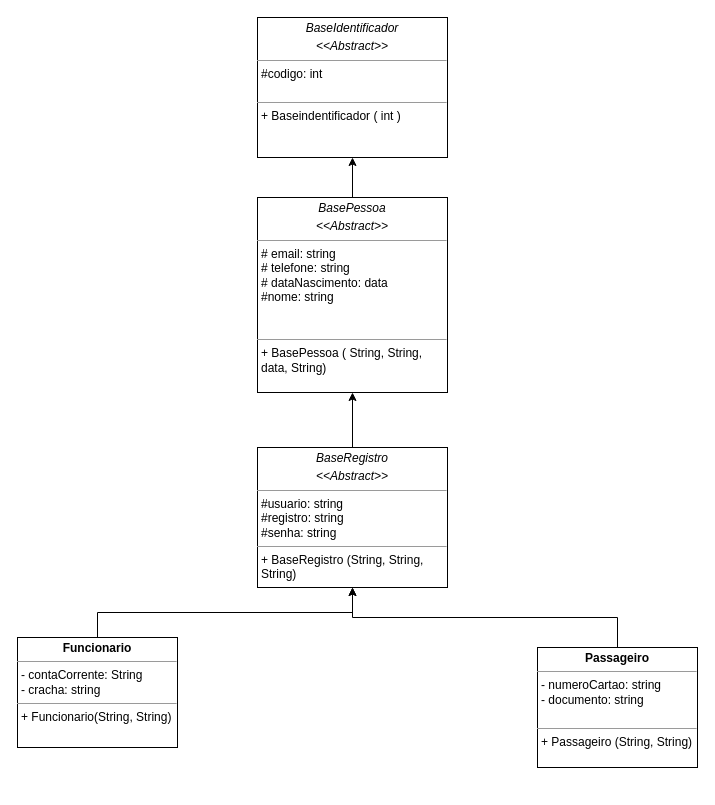
The draw.io diagram Diagrama sem nome.drawio in ros1rafael/ATIVIDADE_04, before the edit. Source tidied: cells renumbered, new cells numbered last; positions are measured from the earlier drawing's top-left corner, leaving out a move shared by most shapes. Both pictures are drawn from the tidied source at 100%, with x=0, y=0 at pixel (17, 17).
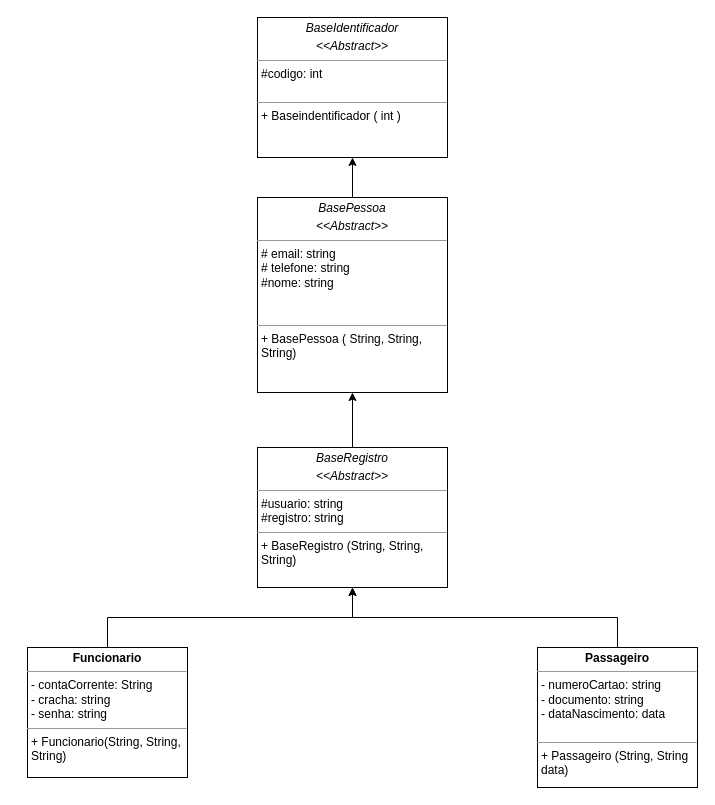
The same page after the edit.

What changed in the source:
```diff
@@
 <mxGraphModel>
   <root>
     <mxCell id="0" />
     <mxCell id="1" parent="0" />
     <mxCell id="2" style="edgeStyle=orthogonalEdgeStyle;rounded=0;jettySize=auto;html=1;exitX=0.5;exitY=0;exitDx=0;exitDy=0;" parent="1" edge="1" source="3" target="8">
       <mxGeometry relative="1" as="geometry" />
     </mxCell>
-    <mxCell id="3" value="&lt;p style=&quot;margin:0px;margin-top:4px;text-align:center;&quot;&gt;&lt;i&gt;BasePessoa&lt;/i&gt;&lt;/p&gt;&lt;p style=&quot;margin:0px;margin-top:4px;text-align:center;&quot;&gt;&lt;i&gt;&amp;lt;&amp;lt;Abstract&amp;gt;&amp;gt;&lt;/i&gt;&lt;/p&gt;&lt;hr size=&quot;1&quot;&gt;&lt;p style=&quot;margin:0px;margin-left:4px;&quot;&gt;# email: string&lt;br&gt;&lt;/p&gt;&lt;p style=&quot;margin:0px;margin-left:4px;&quot;&gt;# telefone: string&lt;/p&gt;&lt;p style=&quot;margin:0px;margin-left:4px;&quot;&gt;# dataNascimento: data&lt;/p&gt;&lt;p style=&quot;margin:0px;margin-left:4px;&quot;&gt;#nome: string&lt;br&gt;&lt;/p&gt;&lt;p style=&quot;margin:0px;margin-left:4px;&quot;&gt;&lt;br&gt;&lt;/p&gt;&lt;p style=&quot;margin:0px;margin-left:4px;&quot;&gt;&lt;br&gt;&lt;/p&gt;&lt;hr size=&quot;1&quot;&gt;&lt;p style=&quot;margin:0px;margin-left:4px;&quot;&gt;+ BasePessoa ( String, String, data, String)&lt;br&gt;&lt;/p&gt;" style="verticalAlign=top;align=left;overflow=fill;fontSize=12;fontFamily=Helvetica;html=1;whiteSpace=wrap;" parent="1" vertex="1">
+    <mxCell id="3" value="&lt;p style=&quot;margin:0px;margin-top:4px;text-align:center;&quot;&gt;&lt;i&gt;BasePessoa&lt;/i&gt;&lt;/p&gt;&lt;p style=&quot;margin:0px;margin-top:4px;text-align:center;&quot;&gt;&lt;i&gt;&amp;lt;&amp;lt;Abstract&amp;gt;&amp;gt;&lt;/i&gt;&lt;/p&gt;&lt;hr size=&quot;1&quot;&gt;&lt;p style=&quot;margin:0px;margin-left:4px;&quot;&gt;# email: string&lt;br&gt;&lt;/p&gt;&lt;p style=&quot;margin:0px;margin-left:4px;&quot;&gt;# telefone: string&lt;/p&gt;&lt;p style=&quot;margin:0px;margin-left:4px;&quot;&gt;#nome: string&lt;br&gt;&lt;/p&gt;&lt;p style=&quot;margin:0px;margin-left:4px;&quot;&gt;&lt;br&gt;&lt;/p&gt;&lt;p style=&quot;margin:0px;margin-left:4px;&quot;&gt;&lt;br&gt;&lt;/p&gt;&lt;hr size=&quot;1&quot;&gt;&lt;p style=&quot;margin:0px;margin-left:4px;&quot;&gt;+ BasePessoa ( String, String, String)&lt;br&gt;&lt;/p&gt;" style="verticalAlign=top;align=left;overflow=fill;fontSize=12;fontFamily=Helvetica;html=1;whiteSpace=wrap;" parent="1" vertex="1">
       <mxGeometry x="240" y="180" width="190" height="195" as="geometry" />
     </mxCell>
     <mxCell id="4" style="edgeStyle=orthogonalEdgeStyle;rounded=0;jettySize=auto;html=1;exitX=0.5;exitY=0;exitDx=0;exitDy=0;entryX=0.5;entryY=1;entryDx=0;entryDy=0;" parent="1" edge="1" source="5" target="10">
       <mxGeometry relative="1" as="geometry" />
     </mxCell>
-    <mxCell id="5" value="&lt;p style=&quot;margin:0px;margin-top:4px;text-align:center;&quot;&gt;&lt;b&gt;Passageiro&lt;/b&gt;&lt;/p&gt;&lt;hr size=&quot;1&quot;&gt;&lt;p style=&quot;margin:0px;margin-left:4px;&quot;&gt;- numeroCartao: string&lt;/p&gt;&lt;p style=&quot;margin:0px;margin-left:4px;&quot;&gt;- documento: string&lt;/p&gt;&lt;p style=&quot;margin:0px;margin-left:4px;&quot;&gt;&lt;br&gt;&lt;/p&gt;&lt;hr size=&quot;1&quot;&gt;&lt;p style=&quot;margin:0px;margin-left:4px;&quot;&gt;+ Passageiro (String, String)&lt;/p&gt;" style="verticalAlign=top;align=left;overflow=fill;fontSize=12;fontFamily=Helvetica;html=1;whiteSpace=wrap;" parent="1" vertex="1">
-      <mxGeometry x="520" y="630" width="160" height="120" as="geometry" />
+    <mxCell id="5" value="&lt;p style=&quot;margin:0px;margin-top:4px;text-align:center;&quot;&gt;&lt;b&gt;Passageiro&lt;/b&gt;&lt;/p&gt;&lt;hr size=&quot;1&quot;&gt;&lt;p style=&quot;margin:0px;margin-left:4px;&quot;&gt;- numeroCartao: string&lt;/p&gt;&lt;p style=&quot;margin:0px;margin-left:4px;&quot;&gt;- documento: string&lt;/p&gt;&lt;p style=&quot;margin:0px;margin-left:4px;&quot;&gt;- dataNascimento: data&lt;br&gt;&lt;/p&gt;&lt;p style=&quot;margin:0px;margin-left:4px;&quot;&gt;&lt;br&gt;&lt;/p&gt;&lt;hr size=&quot;1&quot;&gt;&lt;p style=&quot;margin:0px;margin-left:4px;&quot;&gt;+ Passageiro (String, String data)&lt;/p&gt;" style="verticalAlign=top;align=left;overflow=fill;fontSize=12;fontFamily=Helvetica;html=1;whiteSpace=wrap;" parent="1" vertex="1">
+      <mxGeometry x="520" y="630" width="160" height="140" as="geometry" />
     </mxCell>
     <mxCell id="6" style="edgeStyle=orthogonalEdgeStyle;rounded=0;jettySize=auto;html=1;exitX=0.5;exitY=0;exitDx=0;exitDy=0;entryX=0.5;entryY=1;entryDx=0;entryDy=0;" parent="1" edge="1" source="7" target="10">
       <mxGeometry relative="1" as="geometry" />
     </mxCell>
-    <mxCell id="7" value="&lt;p style=&quot;margin:0px;margin-top:4px;text-align:center;&quot;&gt;&lt;b&gt;Funcionario&lt;/b&gt;&lt;/p&gt;&lt;hr size=&quot;1&quot;&gt;&lt;p style=&quot;margin:0px;margin-left:4px;&quot;&gt;- contaCorrente: String&lt;/p&gt;&lt;p style=&quot;margin:0px;margin-left:4px;&quot;&gt;- cracha: string&lt;/p&gt;&lt;hr size=&quot;1&quot;&gt;&lt;p style=&quot;margin:0px;margin-left:4px;&quot;&gt;+ Funcionario(String, String)&lt;/p&gt;" style="verticalAlign=top;align=left;overflow=fill;fontSize=12;fontFamily=Helvetica;html=1;whiteSpace=wrap;" parent="1" vertex="1">
-      <mxGeometry y="620" width="160" height="110" as="geometry" />
+    <mxCell id="7" value="&lt;p style=&quot;margin:0px;margin-top:4px;text-align:center;&quot;&gt;&lt;b&gt;Funcionario&lt;/b&gt;&lt;/p&gt;&lt;hr size=&quot;1&quot;&gt;&lt;p style=&quot;margin:0px;margin-left:4px;&quot;&gt;- contaCorrente: String&lt;/p&gt;&lt;p style=&quot;margin:0px;margin-left:4px;&quot;&gt;- cracha: string&lt;/p&gt;&lt;p style=&quot;margin:0px;margin-left:4px;&quot;&gt;- senha: string&lt;br&gt;&lt;/p&gt;&lt;hr size=&quot;1&quot;&gt;&lt;p style=&quot;margin:0px;margin-left:4px;&quot;&gt;+ Funcionario(String, String, String)&lt;/p&gt;" style="verticalAlign=top;align=left;overflow=fill;fontSize=12;fontFamily=Helvetica;html=1;whiteSpace=wrap;" parent="1" vertex="1">
+      <mxGeometry x="10" y="630" width="160" height="130" as="geometry" />
     </mxCell>
     <mxCell id="8" value="&lt;p style=&quot;margin:0px;margin-top:4px;text-align:center;&quot;&gt;&lt;i&gt;BaseIdentificador&lt;/i&gt;&lt;/p&gt;&lt;p style=&quot;margin:0px;margin-top:4px;text-align:center;&quot;&gt;&lt;i&gt;&amp;lt;&amp;lt;Abstract&amp;gt;&amp;gt;&lt;/i&gt;&lt;br&gt;&lt;/p&gt;&lt;hr size=&quot;1&quot;&gt;&lt;p style=&quot;margin:0px;margin-left:4px;&quot;&gt;#codigo: int&lt;br&gt;&lt;br&gt;&lt;/p&gt;&lt;hr size=&quot;1&quot;&gt;&lt;p style=&quot;margin:0px;margin-left:4px;&quot;&gt;+ Baseindentificador ( int )&lt;br&gt;&lt;br&gt;&lt;/p&gt;" style="verticalAlign=top;align=left;overflow=fill;fontSize=12;fontFamily=Helvetica;html=1;whiteSpace=wrap;" parent="1" vertex="1">
       <mxGeometry x="240" width="190" height="140" as="geometry" />
     </mxCell>
     <mxCell id="9" style="edgeStyle=orthogonalEdgeStyle;rounded=0;jettySize=auto;html=1;exitX=0.5;exitY=0;exitDx=0;exitDy=0;entryX=0.5;entryY=1;entryDx=0;entryDy=0;" parent="1" edge="1" source="10" target="3">
       <mxGeometry relative="1" as="geometry" />
     </mxCell>
-    <mxCell id="10" value="&lt;p style=&quot;margin:0px;margin-top:4px;text-align:center;&quot;&gt;&lt;i&gt;BaseRegistro&lt;/i&gt;&lt;/p&gt;&lt;p style=&quot;margin:0px;margin-top:4px;text-align:center;&quot;&gt;&lt;i&gt;&amp;lt;&amp;lt;Abstract&amp;gt;&amp;gt;&lt;/i&gt;&lt;/p&gt;&lt;hr size=&quot;1&quot;&gt;&lt;p style=&quot;margin:0px;margin-left:4px;&quot;&gt;#usuario: string&lt;/p&gt;&lt;p style=&quot;margin:0px;margin-left:4px;&quot;&gt;#registro: string&lt;/p&gt;&lt;p style=&quot;margin:0px;margin-left:4px;&quot;&gt;#senha: string&lt;/p&gt;&lt;hr size=&quot;1&quot;&gt;&lt;p style=&quot;margin:0px;margin-left:4px;&quot;&gt;+ BaseRegistro (String, String, String)&lt;br&gt;&lt;/p&gt;" style="verticalAlign=top;align=left;overflow=fill;fontSize=12;fontFamily=Helvetica;html=1;whiteSpace=wrap;" parent="1" vertex="1">
+    <mxCell id="10" value="&lt;p style=&quot;margin:0px;margin-top:4px;text-align:center;&quot;&gt;&lt;i&gt;BaseRegistro&lt;/i&gt;&lt;/p&gt;&lt;p style=&quot;margin:0px;margin-top:4px;text-align:center;&quot;&gt;&lt;i&gt;&amp;lt;&amp;lt;Abstract&amp;gt;&amp;gt;&lt;/i&gt;&lt;/p&gt;&lt;hr size=&quot;1&quot;&gt;&lt;p style=&quot;margin:0px;margin-left:4px;&quot;&gt;#usuario: string&lt;/p&gt;&lt;p style=&quot;margin:0px;margin-left:4px;&quot;&gt;#registro: string&lt;/p&gt;&lt;hr size=&quot;1&quot;&gt;&lt;p style=&quot;margin:0px;margin-left:4px;&quot;&gt;+ BaseRegistro (String, String, String)&lt;br&gt;&lt;/p&gt;" style="verticalAlign=top;align=left;overflow=fill;fontSize=12;fontFamily=Helvetica;html=1;whiteSpace=wrap;" parent="1" vertex="1">
       <mxGeometry x="240" y="430" width="190" height="140" as="geometry" />
     </mxCell>
   </root>
 </mxGraphModel>
```
